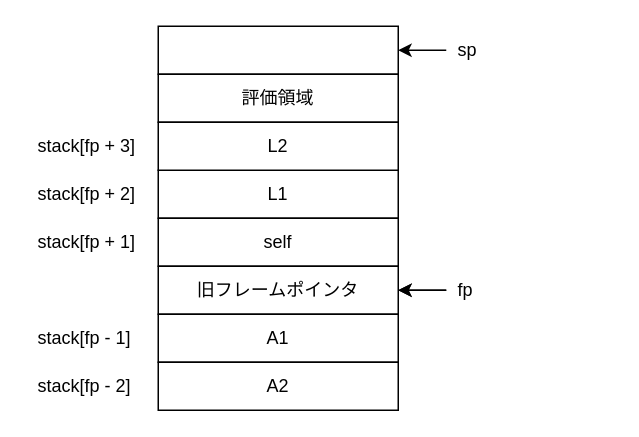
This is page "引数とローカル変数" (3 of 3) of doc/qstack.drawio from saka1029/qstack, a draw.io file, before an edit. Source tidied: cells renumbered, new cells numbered last; positions are measured from the earlier drawing's top-left corner, leaving out a move shared by most shapes. Both pictures are drawn from the tidied source at 150%, with x=0, y=0 at pixel (26, 26).
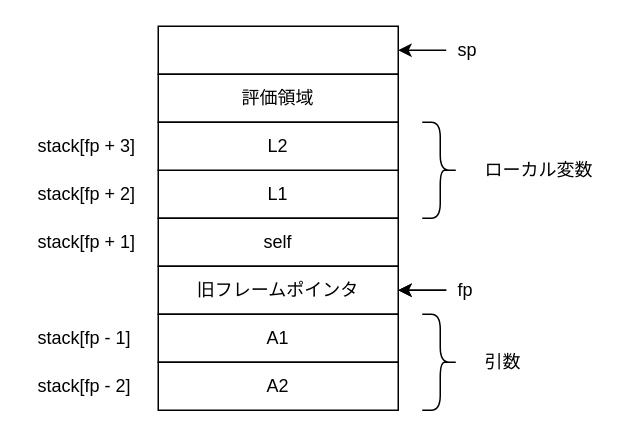
The same page after the edit.

What changed in the source:
```diff
@@
+    <mxCell id="20" style="shape=curlyBracket;whiteSpace=wrap;html=1;rounded=1;flipH=1;labelPosition=right;verticalLabelPosition=middle;align=left;verticalAlign=middle;size=0.5;" parent="1" vertex="1">
+      <mxGeometry x="264" y="64" width="24" height="64" as="geometry" />
+    </mxCell>
+    <mxCell id="21" value="ローカル変数" style="text;html=1;strokeColor=none;fillColor=none;align=left;verticalAlign=middle;whiteSpace=wrap;rounded=0;" parent="1" vertex="1">
+      <mxGeometry x="304" y="81" width="88" height="30" as="geometry" />
+    </mxCell>
+    <mxCell id="22" style="shape=curlyBracket;whiteSpace=wrap;html=1;rounded=1;flipH=1;labelPosition=right;verticalLabelPosition=middle;align=left;verticalAlign=middle;size=0.5;" parent="1" vertex="1">
+      <mxGeometry x="264" y="192" width="24" height="64" as="geometry" />
+    </mxCell>
+    <mxCell id="23" value="引数" style="text;html=1;strokeColor=none;fillColor=none;align=left;verticalAlign=middle;whiteSpace=wrap;rounded=0;" parent="1" vertex="1">
+      <mxGeometry x="304" y="209" width="88" height="30" as="geometry" />
+    </mxCell>
```
